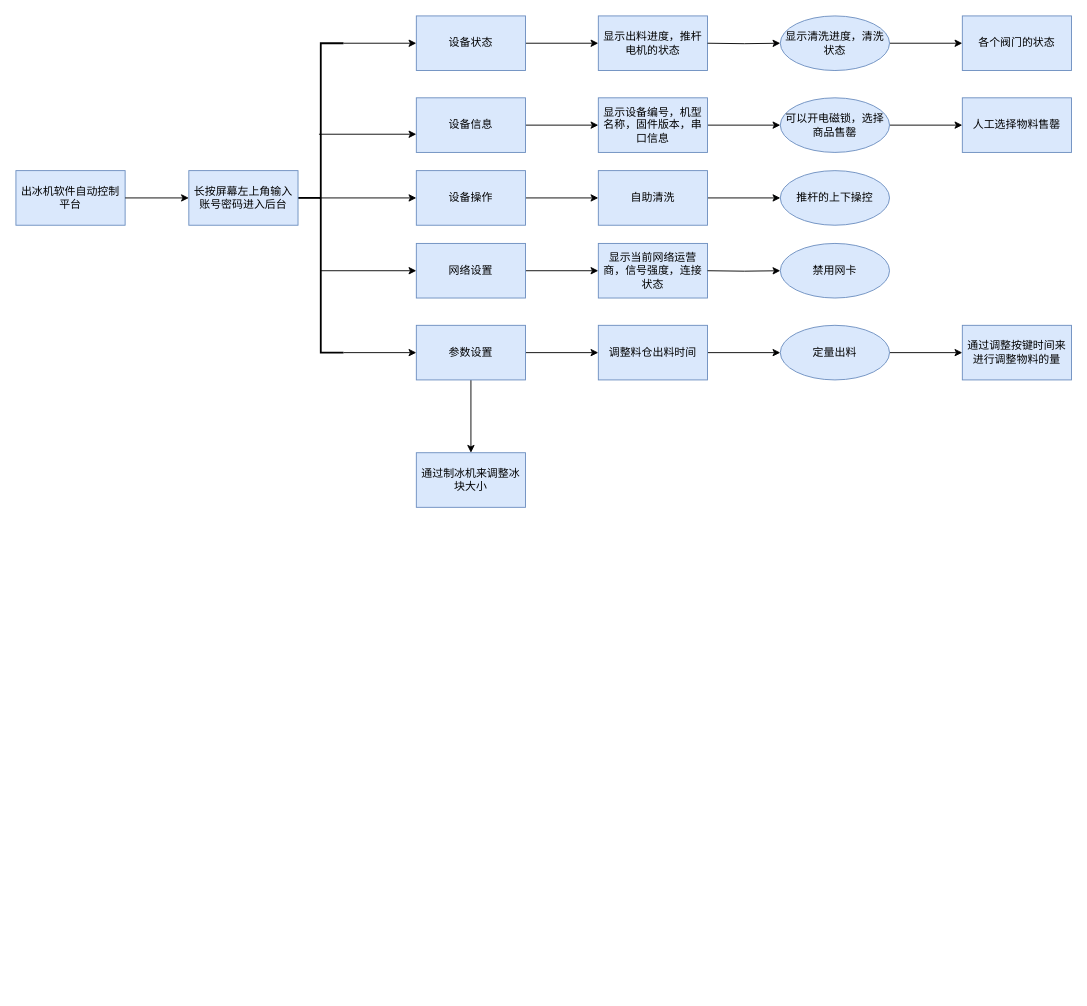
Earlier version of the draw.io diagram 奶茶机.drawio (jessonyu/AndroidNotes). Source tidied: cells renumbered, new cells numbered last; positions are measured from the earlier drawing's top-left corner, leaving out a move shared by most shapes. Both pictures are drawn from the tidied source at 91%, with x=0, y=0 at pixel (15, 15).
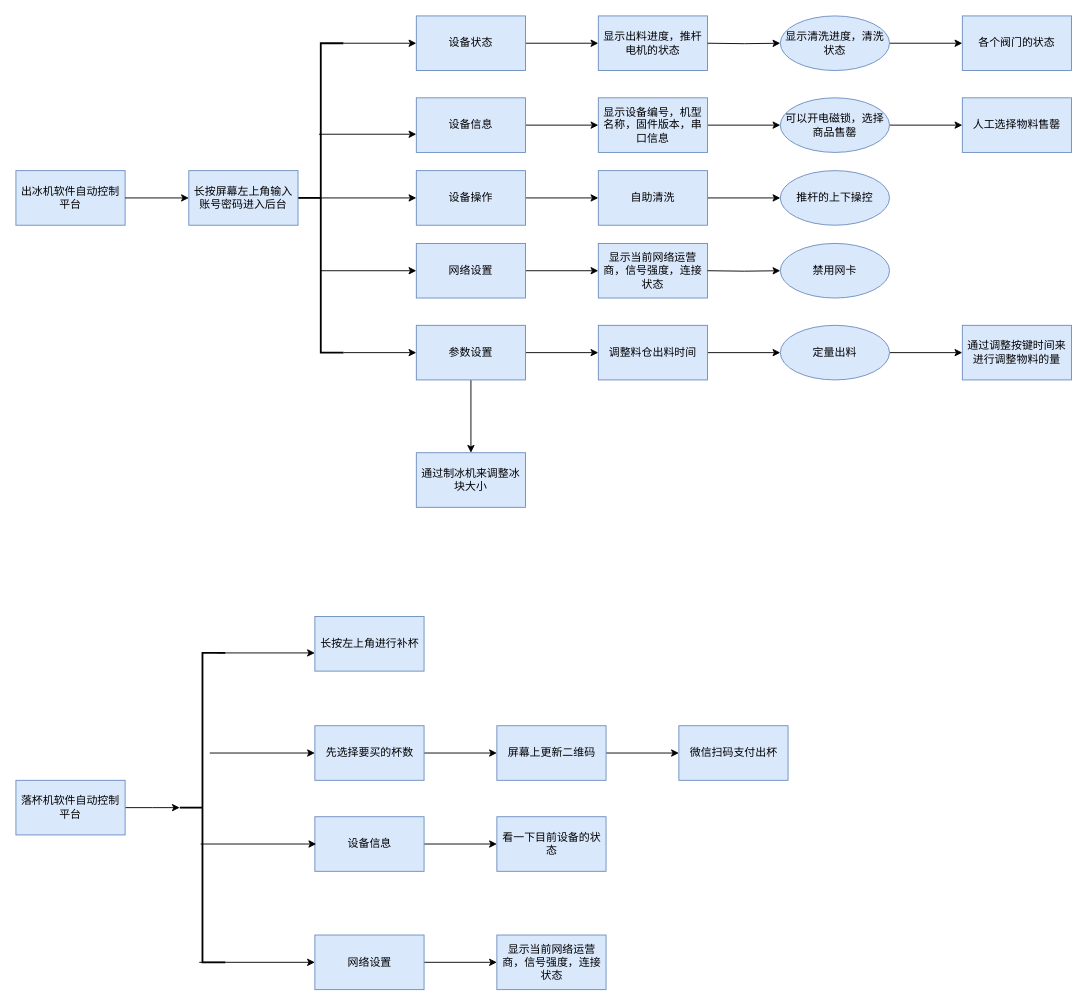
After the change.

Commit message:
更新奶茶机.drawio

Change to the diagram source:
```diff
@@
+    <mxCell id="44" style="edgeStyle=orthogonalEdgeStyle;rounded=0;jettySize=auto;html=1;" parent="1" edge="1" source="45">
+      <mxGeometry relative="1" as="geometry">
+        <mxPoint x="180" y="870" as="targetPoint" />
+      </mxGeometry>
+    </mxCell>
+    <mxCell id="45" value="落杯机软件自动控制平台" style="rounded=0;whiteSpace=wrap;html=1;fillColor=#dae8fc;strokeColor=#6c8ebf;" parent="1" vertex="1">
+      <mxGeometry y="840" width="120" height="60" as="geometry" />
+    </mxCell>
+    <mxCell id="46" style="edgeStyle=orthogonalEdgeStyle;rounded=0;jettySize=auto;html=1;" parent="1" edge="1" source="47" target="58">
+      <mxGeometry relative="1" as="geometry" />
+    </mxCell>
+    <mxCell id="47" value="先选择要买的杯数" style="rounded=0;whiteSpace=wrap;html=1;fillColor=#dae8fc;strokeColor=#6c8ebf;" parent="1" vertex="1">
+      <mxGeometry x="328.5" y="780" width="120" height="60" as="geometry" />
+    </mxCell>
+    <mxCell id="48" value="长按左上角进行补杯" style="rounded=0;whiteSpace=wrap;html=1;fillColor=#dae8fc;strokeColor=#6c8ebf;" parent="1" vertex="1">
+      <mxGeometry x="328.5" y="660" width="120" height="60" as="geometry" />
+    </mxCell>
+    <mxCell id="49" style="edgeStyle=orthogonalEdgeStyle;rounded=0;jettySize=auto;html=1;" parent="1" edge="1" source="50" target="60">
+      <mxGeometry relative="1" as="geometry" />
+    </mxCell>
+    <mxCell id="50" value="网络设置" style="rounded=0;whiteSpace=wrap;html=1;fillColor=#dae8fc;strokeColor=#6c8ebf;" parent="1" vertex="1">
+      <mxGeometry x="328.5" y="1010" width="120" height="60" as="geometry" />
+    </mxCell>
+    <mxCell id="51" style="endArrow=classic;html=1;rounded=0;" parent="1" edge="1">
+      <mxGeometry relative="1" as="geometry">
+        <mxPoint x="221.5" y="700" as="sourcePoint" />
+        <mxPoint x="328.5" y="700" as="targetPoint" />
+      </mxGeometry>
+    </mxCell>
+    <mxCell id="52" style="endArrow=classic;html=1;rounded=0;entryX=0;entryY=0.5;entryDx=0;entryDy=0;" parent="1" edge="1" target="47">
+      <mxGeometry relative="1" as="geometry">
+        <mxPoint x="213" y="810" as="sourcePoint" />
+      </mxGeometry>
+    </mxCell>
+    <mxCell id="53" style="edgeStyle=orthogonalEdgeStyle;rounded=0;jettySize=auto;html=1;" parent="1" edge="1" source="54" target="61">
+      <mxGeometry relative="1" as="geometry" />
+    </mxCell>
+    <mxCell id="54" value="设备信息" style="rounded=0;whiteSpace=wrap;html=1;fillColor=#dae8fc;strokeColor=#6c8ebf;" parent="1" vertex="1">
+      <mxGeometry x="328.5" y="880" width="120" height="60" as="geometry" />
+    </mxCell>
+    <mxCell id="55" style="endArrow=classic;html=1;rounded=0;" parent="1" edge="1">
+      <mxGeometry relative="1" as="geometry">
+        <mxPoint x="203" y="910" as="sourcePoint" />
+        <mxPoint x="330" y="910" as="targetPoint" />
+      </mxGeometry>
+    </mxCell>
+    <mxCell id="56" style="strokeWidth=2;html=1;shape=mxgraph.flowchart.annotation_2;align=left;labelPosition=right;" parent="1" vertex="1">
+      <mxGeometry x="180" y="700" width="50" height="340" as="geometry" />
+    </mxCell>
+    <mxCell id="57" style="edgeStyle=orthogonalEdgeStyle;rounded=0;jettySize=auto;html=1;" parent="1" edge="1" source="58" target="59">
+      <mxGeometry relative="1" as="geometry" />
+    </mxCell>
+    <mxCell id="58" value="屏幕上更新二维码" style="whiteSpace=wrap;html=1;fillColor=#dae8fc;strokeColor=#6c8ebf;rounded=0;" parent="1" vertex="1">
+      <mxGeometry x="528.5" y="780" width="120" height="60" as="geometry" />
+    </mxCell>
+    <mxCell id="59" value="微信扫码支付出杯" style="whiteSpace=wrap;html=1;fillColor=#dae8fc;strokeColor=#6c8ebf;rounded=0;" parent="1" vertex="1">
+      <mxGeometry x="728.5" y="780" width="120" height="60" as="geometry" />
+    </mxCell>
+    <mxCell id="60" value="显示当前网络运营商，信号强度，连接状态" style="whiteSpace=wrap;html=1;fillColor=#dae8fc;strokeColor=#6c8ebf;rounded=0;" parent="1" vertex="1">
+      <mxGeometry x="528.5" y="1010" width="120" height="60" as="geometry" />
+    </mxCell>
+    <mxCell id="61" value="看一下目前设备的状态" style="whiteSpace=wrap;html=1;fillColor=#dae8fc;strokeColor=#6c8ebf;rounded=0;" parent="1" vertex="1">
+      <mxGeometry x="528.5" y="880" width="120" height="60" as="geometry" />
+    </mxCell>
+    <mxCell id="62" style="endArrow=classic;html=1;rounded=0;" parent="1" edge="1">
+      <mxGeometry relative="1" as="geometry">
+        <mxPoint x="201.5" y="1040" as="sourcePoint" />
+        <mxPoint x="328.5" y="1040" as="targetPoint" />
+      </mxGeometry>
+    </mxCell>
```
